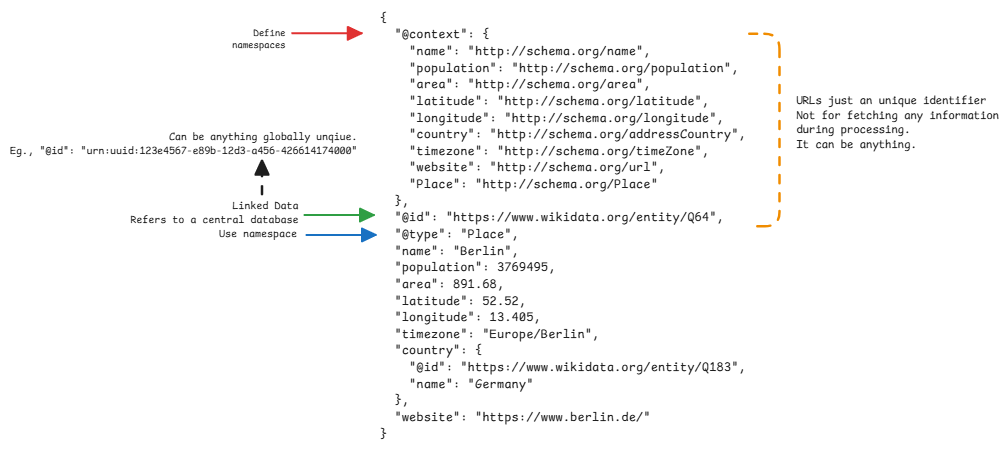
Above: static/img/data-model-json-ld.excalidraw.png in swaroopar/inprogress-engineer (Excalidraw), before the change. Source tidied: one line per element, renumbered; positions are measured from the earlier drawing's top-left corner, leaving out a move shared by most shapes.
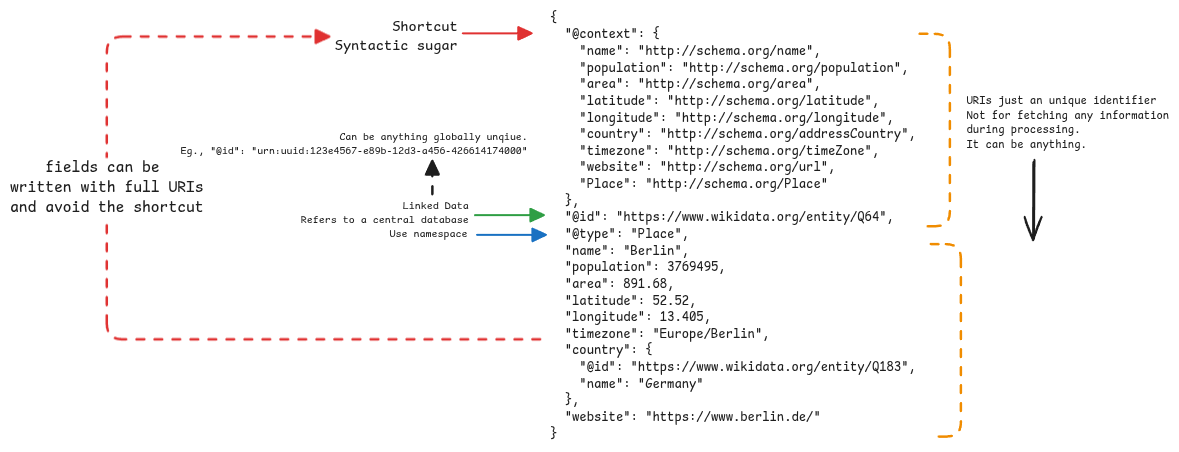
The same diagram one commit later.

What changed in the source:
```diff
@@ -1,11 +1,13 @@
 {"id": 0, "type": "arrow", "strokeColor": "#e03131", "strokeWidth": 2, "roughness": 0, "endArrowhead": "triangle", "round": true, "x": 282, "y": 23, "width": 69, "height": 0, "points": [[0, 0], [69, 0]]}
-{"id": 1, "type": "text", "text": "Define\nnamespaces", "strokeColor": "#1e1e1e", "strokeWidth": 1, "roughness": 0, "fontSize": 9.74, "fontFamily": 8, "textAlign": "right", "x": 222, "y": 17, "width": 54, "height": 24}
+{"id": 1, "type": "text", "text": "Shortcut\nSyntactic sugar", "strokeColor": "#1e1e1e", "strokeWidth": 1, "roughness": 0, "fontSize": 14.94, "fontFamily": 8, "textAlign": "right", "x": 154, "y": 8, "width": 123, "height": 37}
 {"id": 2, "type": "arrow", "strokeColor": "#2f9e44", "strokeWidth": 2, "roughness": 0, "endArrowhead": "triangle", "round": true, "x": 295, "y": 205, "width": 69, "height": 0, "points": [[0, 0], [69, 0]]}
 {"id": 3, "type": "text", "text": "Linked Data\nRefers to a central database", "strokeColor": "#1e1e1e", "strokeWidth": 1, "roughness": 0, "fontSize": 10.93, "fontFamily": 8, "textAlign": "right", "x": 120, "y": 190, "width": 168, "height": 27}
 {"id": 4, "type": "text", "text": "{\n  \"@context\": {\n    \"name\": \"http://schema.org/name\",\n    \"population\": \"http://schema.org/population\",\n    \"area\": \"http://schema.org/area\",\n    \"latitude\": \"http://schema.org/latitude\",\n    \"longitude\": \"http://schema.org/longitude\",\n    \"country\": \"http://schema.org/addressCountry\",\n    \"timezone\": \"http://schema.org/timeZone\",\n    \"website\": \"http://schema.org/url\",\n    \"Place\": \"http://schema.org/Place\"\n  },\n  \"@id\": \"https://www.wikidata.org/entity/Q64\",\n  \"@type\": \"Place\",\n  \"name\": \"Berlin\",\n  \"population\": 3769495,\n  \"area\": 891.68,\n  \"latitude\": 52.52,\n  \"longitude\": 13.405,\n  \"timezone\": \"Europe/Berlin\",\n  \"country\": {\n    \"@id\": \"https://www.wikidata.org/entity/Q183\",\n    \"name\": \"Germany\"\n  },\n  \"website\": \"https://www.berlin.de/\"\n}", "strokeColor": "#1e1e1e", "strokeWidth": 2, "roughness": 1, "fontSize": 13.31, "fontFamily": 8, "x": 370, "y": 0, "width": 366, "height": 433}
 {"id": 5, "type": "arrow", "strokeColor": "#1971c2", "strokeWidth": 2, "roughness": 0, "endArrowhead": "triangle", "round": true, "x": 297, "y": 225, "width": 69, "height": 0, "points": [[0, 0], [69, 0]]}
 {"id": 6, "type": "text", "text": "Use namespace", "strokeColor": "#1e1e1e", "strokeWidth": 1, "roughness": 0, "fontSize": 10.93, "fontFamily": 8, "textAlign": "right", "x": 209, "y": 217, "width": 78, "height": 14}
 {"id": 7, "type": "arrow", "strokeColor": "#f08c00", "strokeWidth": 2, "strokeStyle": "dashed", "roughness": 0, "from": 4, "to": 4, "x": 739, "y": 24, "width": 30, "height": 192, "points": [[0, 0], [30, 0], [30, 192], [2, 192]]}
-{"id": 8, "type": "text", "text": "URLs just an unique identifier\nNot for fetching any information\nduring processing.\nIt can be anything.", "strokeColor": "#1e1e1e", "strokeWidth": 2, "strokeStyle": "dashed", "roughness": 0, "fontSize": 11.53, "fontFamily": 8, "x": 786, "y": 84, "width": 203, "height": 58}
+{"id": 8, "type": "text", "text": "URIs just an unique identifier\nNot for fetching any information\nduring processing.\nIt can be anything.", "strokeColor": "#1e1e1e", "strokeWidth": 2, "strokeStyle": "dashed", "roughness": 0, "fontSize": 11.53, "fontFamily": 8, "x": 786, "y": 84, "width": 203, "height": 58}
 {"id": 9, "type": "text", "text": "Can be anything globally unqiue.\nEg., \"@id\": \"urn:uuid:123e4567-e89b-12d3-a456-426614174000\"\n", "strokeColor": "#1e1e1e", "strokeWidth": 2, "roughness": 0, "fontSize": 10.71, "fontFamily": 8, "textAlign": "right", "x": 0, "y": 121, "width": 347, "height": 40}
 {"id": 10, "type": "arrow", "strokeColor": "#1e1e1e", "strokeWidth": 2, "strokeStyle": "dashed", "roughness": 0, "endArrowhead": "triangle", "x": 252, "y": 184, "width": 0, "height": 33, "points": [[0, 0], [0, -33]]}
+{"id": 11, "type": "arrow", "strokeColor": "#e03131", "strokeWidth": 2, "strokeStyle": "dashed", "roughness": 0, "endArrowhead": "triangle", "from": 4, "to": 1, "x": 360, "y": 329, "width": 433, "height": 303, "points": [[0, 0], [-433, 0], [-433, -303], [-211, -303]]}
+{"id": 12, "type": "text", "text": "fields can be \nwritten with full URIs\nand avoid the shortcut", "strokeColor": "#1e1e1e", "strokeWidth": 2, "strokeStyle": "dashed", "roughness": 1, "fontSize": 16, "fontFamily": 8, "textAlign": "center", "verticalAlign": "middle", "inside": 11, "x": -170, "y": 148, "width": 194, "height": 60}
```
